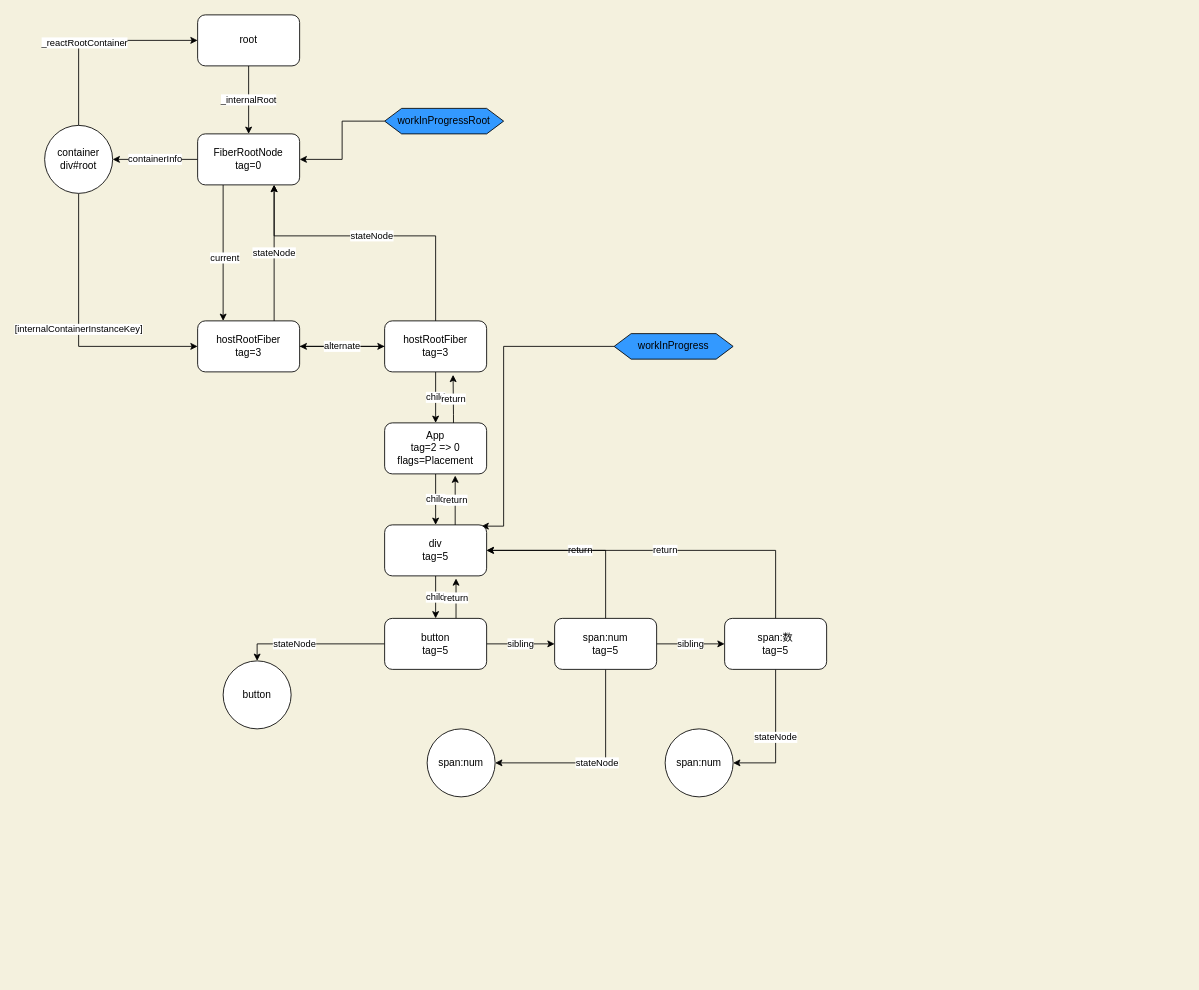
The draw.io diagram page "首次渲染" (1 of 2) of react.drawio in IDonotK/draw.io, before the edit. Source tidied: cells renumbered, new cells numbered last; positions are measured from the earlier drawing's top-left corner, leaving out a move shared by most shapes. Both pictures are drawn from the tidied source at 85%, with x=0, y=0 at pixel (44, 14).
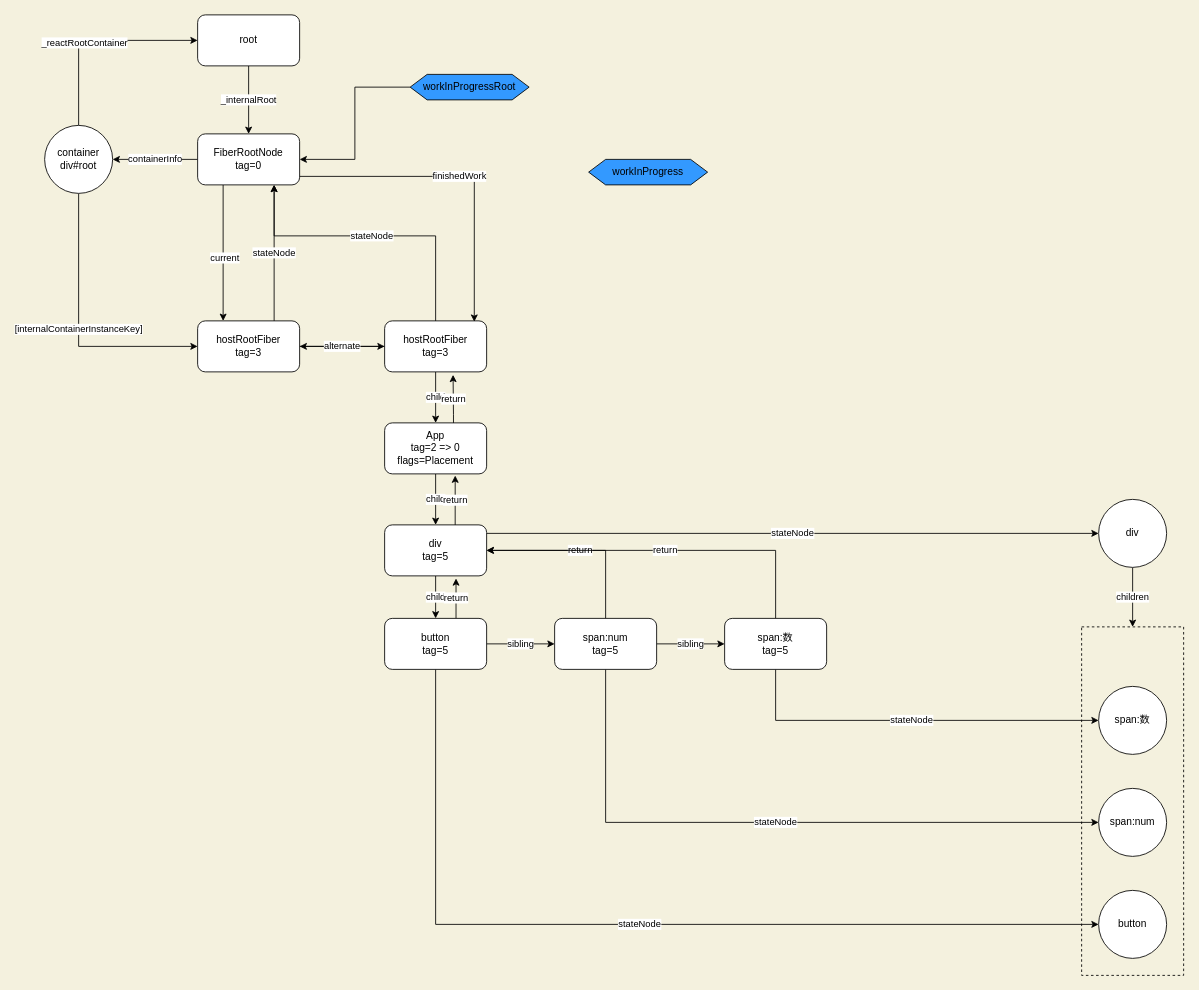
The same diagram, later.

The change refers to these unchanged cells:
```xml
<mxCell id="5" value="FiberRootNode&lt;br&gt;tag=0" style="rounded=1;whiteSpace=wrap;html=1;" parent="1" vertex="1">
  <mxGeometry x="180" y="140" width="120" height="60" as="geometry" />
</mxCell>
<mxCell id="21" value="hostRootFiber&lt;br&gt;tag=3" style="whiteSpace=wrap;html=1;rounded=1;" parent="1" vertex="1">
  <mxGeometry x="400" y="360" width="120" height="60" as="geometry" />
</mxCell>
<mxCell id="28" value="div&lt;br&gt;tag=5" style="whiteSpace=wrap;html=1;rounded=1;" parent="1" vertex="1">
  <mxGeometry x="400" y="600" width="120" height="60" as="geometry" />
</mxCell>
<mxCell id="33" value="button&lt;br&gt;tag=5" style="whiteSpace=wrap;html=1;rounded=1;" parent="1" vertex="1">
  <mxGeometry x="400" y="710" width="120" height="60" as="geometry" />
</mxCell>
<mxCell id="37" value="span:num&lt;br&gt;tag=5" style="whiteSpace=wrap;html=1;rounded=1;" parent="1" vertex="1">
  <mxGeometry x="600" y="710" width="120" height="60" as="geometry" />
</mxCell>
<mxCell id="40" value="span:数&lt;br&gt;tag=5" style="whiteSpace=wrap;html=1;rounded=1;" parent="1" vertex="1">
  <mxGeometry x="800" y="710" width="120" height="60" as="geometry" />
</mxCell>
```

Change to the diagram source:
```diff
@@
+    <mxCell id="44" style="rounded=0;whiteSpace=wrap;html=1;fillColor=none;dashed=1;" parent="1" vertex="1">
+      <mxGeometry x="1220" y="720" width="120" height="410" as="geometry" />
+    </mxCell>
@@
+    <mxCell id="45" value="finishedWork" style="edgeStyle=orthogonalEdgeStyle;rounded=0;jettySize=auto;html=1;entryX=0.879;entryY=0.017;entryDx=0;entryDy=0;entryPerimeter=0;" parent="1" edge="1" source="5" target="21">
+      <mxGeometry relative="1" as="geometry">
+        <Array as="points">
+          <mxPoint x="506" y="190" />
+        </Array>
+      </mxGeometry>
+    </mxCell>
@@
     <mxCell id="16" value="workInProgressRoot" style="shape=hexagon;perimeter=hexagonPerimeter2;whiteSpace=wrap;html=1;fixedSize=1;fillColor=#3399FF;" parent="1" vertex="1">
-      <mxGeometry x="400" y="110" width="140" height="30" as="geometry" />
+      <mxGeometry x="430" y="70" width="140" height="30" as="geometry" />
     </mxCell>
-    <mxCell id="17" style="edgeStyle=orthogonalEdgeStyle;rounded=0;jettySize=auto;html=1;entryX=0.95;entryY=0.025;entryDx=0;entryDy=0;entryPerimeter=0;" parent="1" edge="1" source="18" target="28">
-      <mxGeometry relative="1" as="geometry">
-        <Array as="points">
-          <mxPoint x="540" y="390" />
-          <mxPoint x="540" y="602" />
-        </Array>
-      </mxGeometry>
-    </mxCell>
     <mxCell id="18" value="workInProgress" style="shape=hexagon;perimeter=hexagonPerimeter2;whiteSpace=wrap;html=1;fixedSize=1;fillColor=#3399FF;" parent="1" vertex="1">
-      <mxGeometry x="670" y="375" width="140" height="30" as="geometry" />
+      <mxGeometry x="640" y="170" width="140" height="30" as="geometry" />
     </mxCell>
@@
+    <mxCell id="46" value="stateNode" style="edgeStyle=orthogonalEdgeStyle;rounded=0;jettySize=auto;html=1;entryX=0;entryY=0.5;entryDx=0;entryDy=0;" parent="1" edge="1" source="28" target="49">
+      <mxGeometry relative="1" as="geometry">
+        <Array as="points">
+          <mxPoint x="870" y="610" />
+          <mxPoint x="870" y="610" />
+        </Array>
+      </mxGeometry>
+    </mxCell>
@@
-    <mxCell id="31" style="edgeStyle=orthogonalEdgeStyle;rounded=0;jettySize=auto;html=1;entryX=0.5;entryY=0;entryDx=0;entryDy=0;" parent="1" edge="1" source="33" target="41">
-      <mxGeometry relative="1" as="geometry" />
+    <mxCell id="31" value="stateNode" style="edgeStyle=orthogonalEdgeStyle;rounded=0;jettySize=auto;html=1;entryX=0;entryY=0.5;entryDx=0;entryDy=0;" parent="1" edge="1" source="33" target="41">
+      <mxGeometry relative="1" as="geometry">
+        <Array as="points">
+          <mxPoint x="460" y="1070" />
+        </Array>
+      </mxGeometry>
     </mxCell>
-    <mxCell id="32" value="stateNode" style="edgeLabel;html=1;align=center;verticalAlign=middle;" parent="31" vertex="1">
-      <mxGeometry x="0.26" y="-1" relative="1" as="geometry" />
-    </mxCell>
@@
-    <mxCell id="36" value="stateNode" style="edgeStyle=orthogonalEdgeStyle;rounded=0;jettySize=auto;html=1;entryX=1;entryY=0.5;entryDx=0;entryDy=0;" parent="1" edge="1" source="37" target="42">
+    <mxCell id="36" value="stateNode" style="edgeStyle=orthogonalEdgeStyle;rounded=0;jettySize=auto;html=1;entryX=0;entryY=0.5;entryDx=0;entryDy=0;" parent="1" edge="1" source="37" target="42">
       <mxGeometry relative="1" as="geometry">
         <Array as="points">
-          <mxPoint x="660" y="880" />
+          <mxPoint x="660" y="950" />
         </Array>
       </mxGeometry>
     </mxCell>
@@
-    <mxCell id="39" value="stateNode" style="edgeStyle=orthogonalEdgeStyle;rounded=0;jettySize=auto;html=1;entryX=1;entryY=0.5;entryDx=0;entryDy=0;" parent="1" edge="1" source="40" target="43">
-      <mxGeometry relative="1" as="geometry" />
+    <mxCell id="39" value="stateNode" style="edgeStyle=orthogonalEdgeStyle;rounded=0;jettySize=auto;html=1;entryX=0;entryY=0.5;entryDx=0;entryDy=0;" parent="1" edge="1" source="40" target="43">
+      <mxGeometry relative="1" as="geometry">
+        <Array as="points">
+          <mxPoint x="860" y="830" />
+          <mxPoint x="1230" y="830" />
+        </Array>
+      </mxGeometry>
     </mxCell>
@@
     <mxCell id="41" value="button" style="ellipse;whiteSpace=wrap;html=1;" parent="1" vertex="1">
-      <mxGeometry x="210" y="760" width="80" height="80" as="geometry" />
+      <mxGeometry x="1240" y="1030" width="80" height="80" as="geometry" />
     </mxCell>
     <mxCell id="42" value="span:num" style="ellipse;whiteSpace=wrap;html=1;" parent="1" vertex="1">
-      <mxGeometry x="450" y="840" width="80" height="80" as="geometry" />
+      <mxGeometry x="1240" y="910" width="80" height="80" as="geometry" />
     </mxCell>
-    <mxCell id="43" value="span:num" style="ellipse;whiteSpace=wrap;html=1;" parent="1" vertex="1">
-      <mxGeometry x="730" y="840" width="80" height="80" as="geometry" />
+    <mxCell id="43" value="span:数" style="ellipse;whiteSpace=wrap;html=1;" parent="1" vertex="1">
+      <mxGeometry x="1240" y="790" width="80" height="80" as="geometry" />
     </mxCell>
+    <mxCell id="47" style="edgeStyle=orthogonalEdgeStyle;rounded=0;orthogonalLoop=1;jettySize=auto;html=1;exitX=0.5;exitY=1;exitDx=0;exitDy=0;" parent="1" edge="1" source="37" target="37">
+      <mxGeometry relative="1" as="geometry" />
+    </mxCell>
+    <mxCell id="48" value="children" style="edgeStyle=orthogonalEdgeStyle;rounded=0;jettySize=auto;html=1;" parent="1" edge="1" source="49" target="44">
+      <mxGeometry relative="1" as="geometry" />
+    </mxCell>
+    <mxCell id="49" value="div" style="ellipse;whiteSpace=wrap;html=1;" parent="1" vertex="1">
+      <mxGeometry x="1240" y="570" width="80" height="80" as="geometry" />
+    </mxCell>
```
